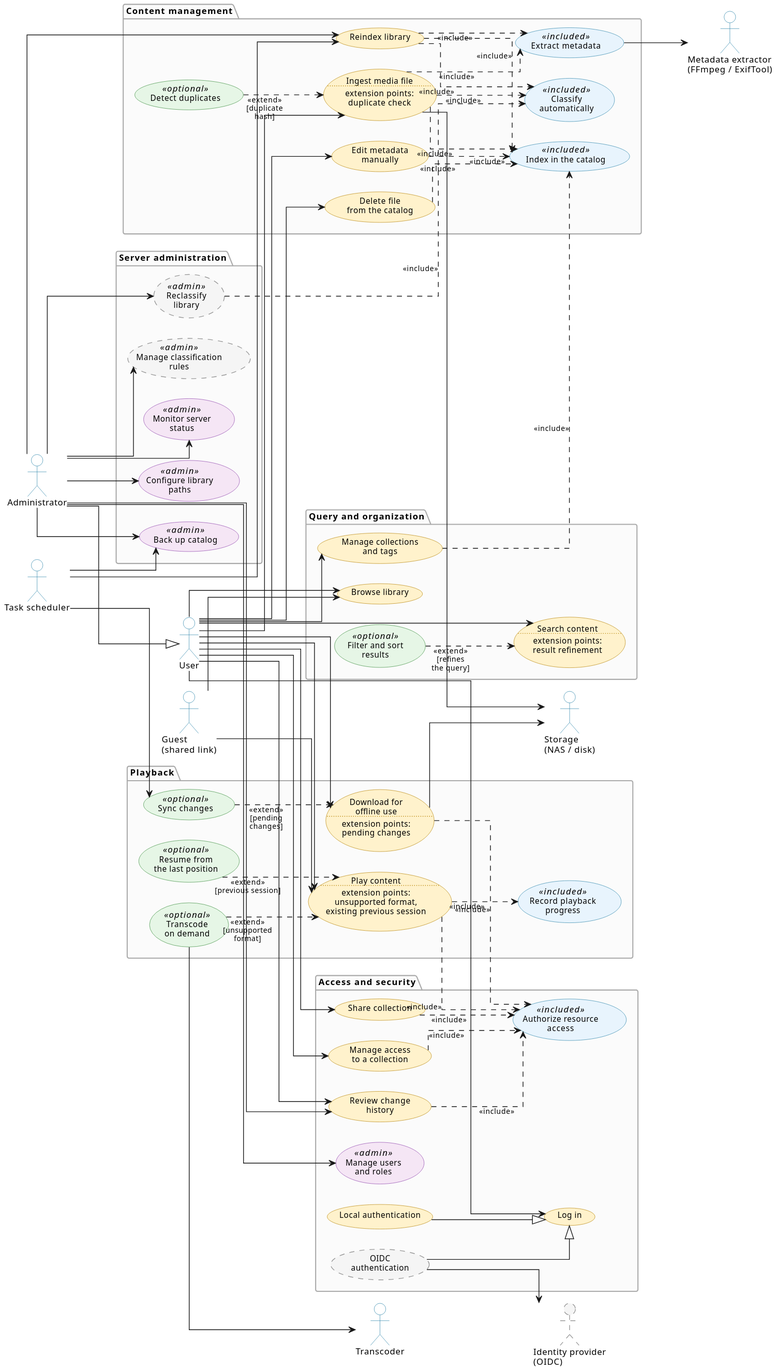
fe-ba/OmniStream keeps this PlantUML diagram as docs/architecture/software/OmniStream-UseCases.svg. Above is the earlier version.
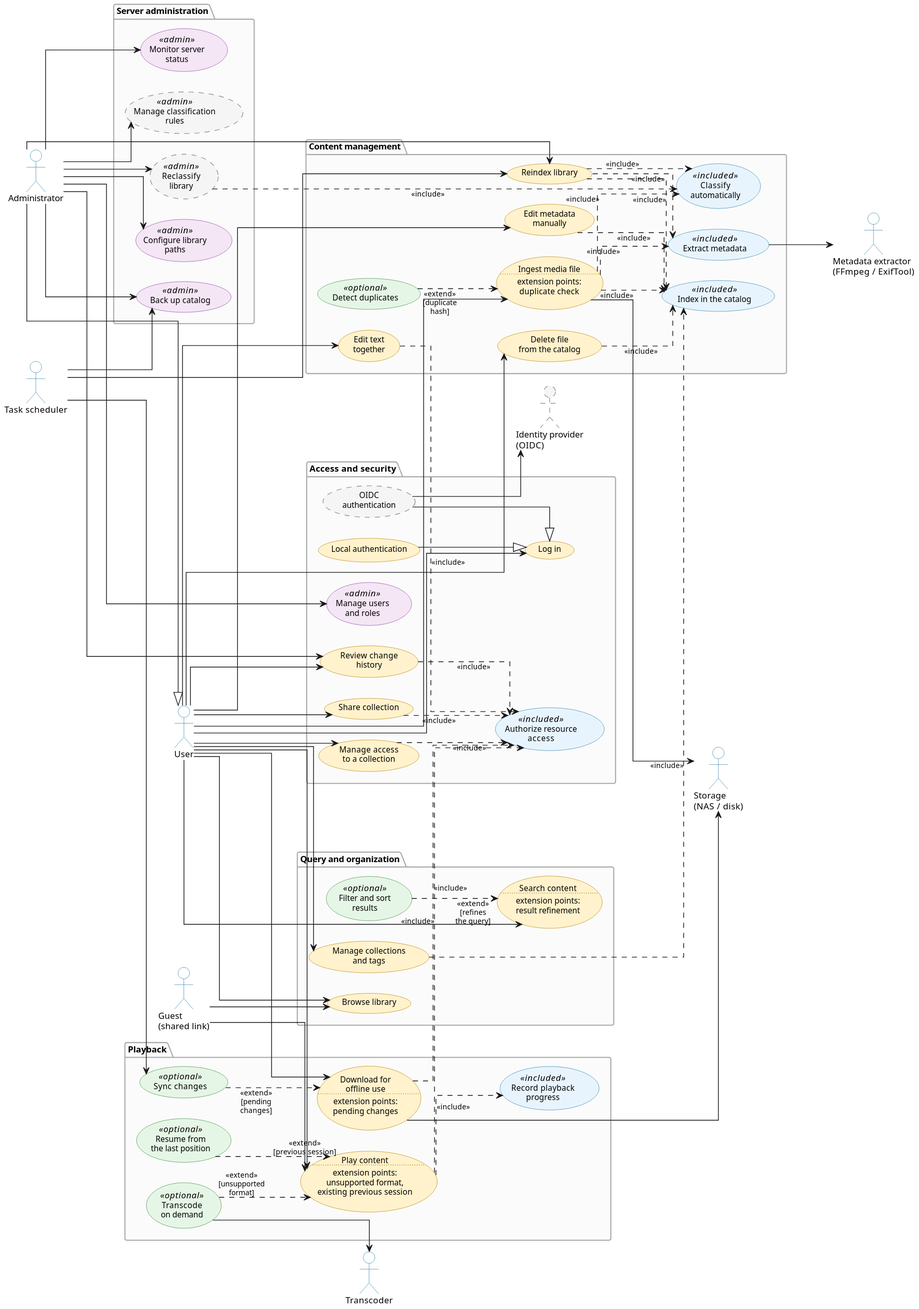
Later version of the same file.

The edit, as a diff of the source:
```diff
@@ -45,6 +45,7 @@
   usecase "Detect duplicates"               as UC5 <<optional>>
   usecase "Edit metadata\nmanually"         as UC6
   usecase "Delete file\nfrom the catalog"   as UC7
+  usecase "Edit text\ntogether"             as UC30
   usecase "Classify\nautomatically"          as UC25 <<included>>
 }
 
@@ -101,6 +102,7 @@
 User --> UC20
 User --> UC28
 User --> UC29
+User --> UC30
 
 Guest --> UC10
 Guest --> UC12
@@ -139,6 +141,7 @@
 UC20 ..> UC19 : <<include>>
 UC28 ..> UC19 : <<include>>
 UC29 ..> UC19 : <<include>>
+UC30 ..> UC19 : <<include>>
 
 UC5  ..> UC1  : <<extend>>\n[duplicate\nhash]
 UC13 ..> UC12 : <<extend>>\n[unsupported\nformat]
```
